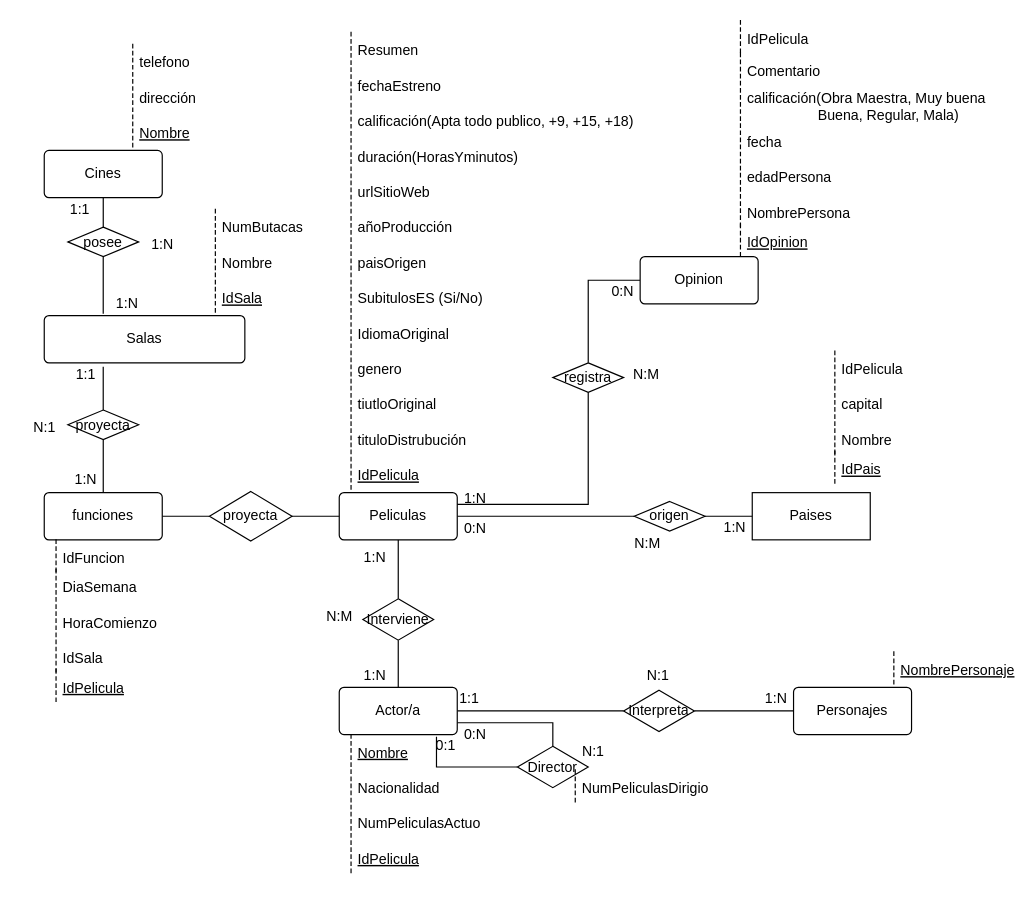
Earlier version of the draw.io diagram Entidad Relacion 02.drawio (dam108/AccesoADatosEntidadRelacion). Source tidied: cells renumbered, new cells numbered last; positions are measured from the earlier drawing's top-left corner, leaving out a move shared by most shapes. Both pictures are drawn from the tidied source at 118%, with x=0, y=0 at pixel (20, 20).
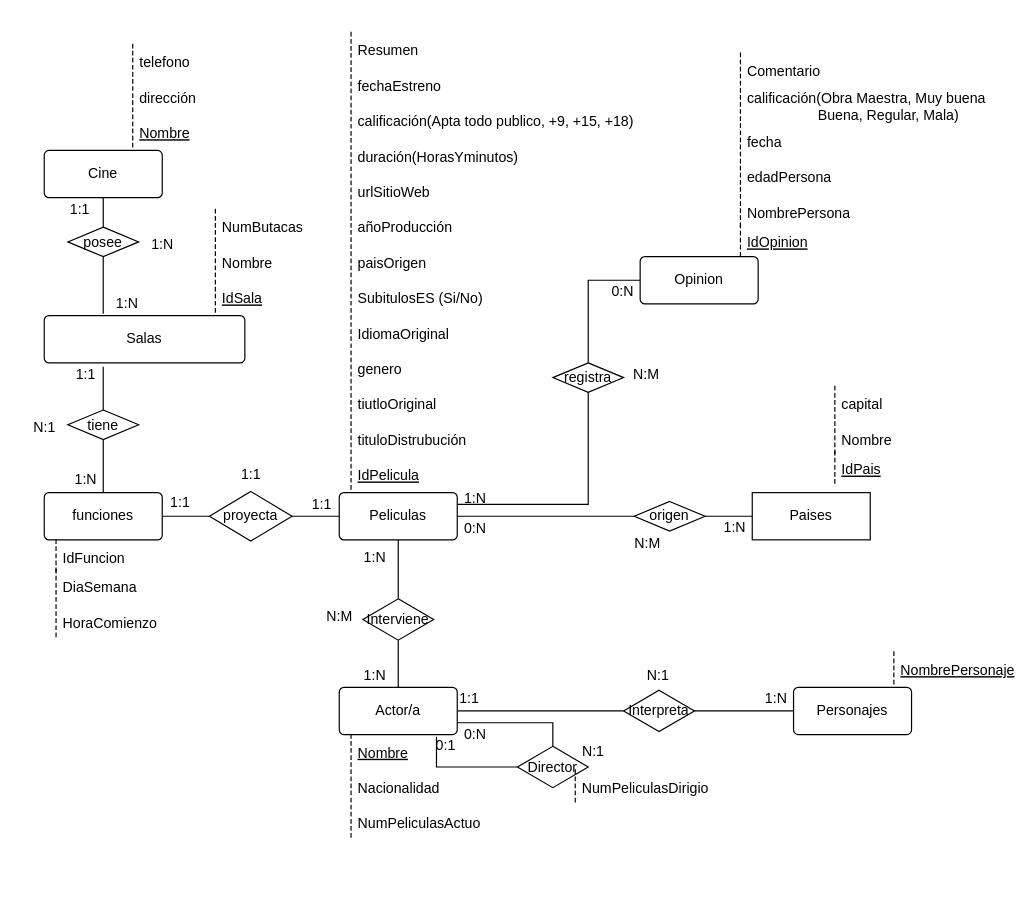
After the change.

Change to the diagram source:
```diff
@@
-    <mxCell id="34" value="IdPelicula" style="shape=partialRectangle;fillColor=none;align=left;verticalAlign=middle;strokeColor=none;spacingLeft=34;" parent="1" vertex="1">
-      <mxGeometry x="660" y="280" width="90" height="30" as="geometry" />
-    </mxCell>
-    <mxCell id="35" style="shape=partialRectangle;top=0;left=0;bottom=0;fillColor=none;stokeWidth=1;dashed=1;align=left;verticalAlign=middle;spacingLeft=4;spacingRight=4;overflow=hidden;" parent="34" vertex="1">
-      <mxGeometry width="30" height="30" as="geometry" />
-    </mxCell>
@@
-    <mxCell id="75" value="Cines" style="rounded=1;arcSize=10;whiteSpace=wrap;html=1;align=center;" parent="1" vertex="1">
+    <mxCell id="75" value="Cine" style="rounded=1;arcSize=10;whiteSpace=wrap;html=1;align=center;" parent="1" vertex="1">
       <mxGeometry x="20" y="110" width="100" height="40" as="geometry" />
     </mxCell>
@@
-    <mxCell id="84" value="proyecta" style="shape=rhombus;perimeter=rhombusPerimeter;whiteSpace=wrap;html=1;align=center;" parent="1" vertex="1">
+    <mxCell id="84" value="tiene" style="shape=rhombus;perimeter=rhombusPerimeter;whiteSpace=wrap;html=1;align=center;" parent="1" vertex="1">
       <mxGeometry x="40" y="330" width="60" height="25" as="geometry" />
     </mxCell>
@@
-    <mxCell id="110" value="IdSala" style="shape=partialRectangle;fillColor=none;align=left;verticalAlign=middle;strokeColor=none;spacingLeft=34;" parent="1" vertex="1">
-      <mxGeometry y="525" width="90" height="30" as="geometry" />
-    </mxCell>
-    <mxCell id="111" style="shape=partialRectangle;top=0;left=0;bottom=0;fillColor=none;stokeWidth=1;dashed=1;align=left;verticalAlign=middle;spacingLeft=4;spacingRight=4;overflow=hidden;" parent="110" vertex="1">
-      <mxGeometry width="30" height="30" as="geometry" />
-    </mxCell>
-    <mxCell id="112" value="IdPelicula" style="shape=partialRectangle;fillColor=none;align=left;verticalAlign=middle;strokeColor=none;spacingLeft=34;fontStyle=4;" parent="1" vertex="1">
-      <mxGeometry y="550" width="90" height="30" as="geometry" />
-    </mxCell>
-    <mxCell id="113" style="shape=partialRectangle;top=0;left=0;bottom=0;fillColor=none;stokeWidth=1;dashed=1;align=left;verticalAlign=middle;spacingLeft=4;spacingRight=4;overflow=hidden;" parent="112" vertex="1">
-      <mxGeometry width="30" height="30" as="geometry" />
-    </mxCell>
@@
-    <mxCell id="130" value="IdPelicula" style="shape=partialRectangle;fillColor=none;align=left;verticalAlign=middle;strokeColor=none;spacingLeft=34;" parent="1" vertex="1">
-      <mxGeometry x="580" width="90" height="30" as="geometry" />
-    </mxCell>
-    <mxCell id="131" style="shape=partialRectangle;top=0;left=0;bottom=0;fillColor=none;stokeWidth=1;dashed=1;align=left;verticalAlign=middle;spacingLeft=4;spacingRight=4;overflow=hidden;" parent="130" vertex="1">
-      <mxGeometry width="30" height="30" as="geometry" />
-    </mxCell>
-    <mxCell id="132" value="IdPelicula" style="shape=partialRectangle;fillColor=none;align=left;verticalAlign=middle;strokeColor=none;spacingLeft=34;fontStyle=4;" parent="1" vertex="1">
-      <mxGeometry x="250" y="695" width="90" height="30" as="geometry" />
-    </mxCell>
-    <mxCell id="133" style="shape=partialRectangle;top=0;left=0;bottom=0;fillColor=none;stokeWidth=1;dashed=1;align=left;verticalAlign=middle;spacingLeft=4;spacingRight=4;overflow=hidden;" parent="132" vertex="1">
-      <mxGeometry width="30" height="30" as="geometry" />
-    </mxCell>
@@
+    <mxCell id="137" value="1:1" style="text;html=1;align=center;verticalAlign=middle;" parent="1" vertex="1">
+      <mxGeometry x="240" y="400" width="30" height="20" as="geometry" />
+    </mxCell>
+    <mxCell id="138" value="1:1" style="text;html=1;align=center;verticalAlign=middle;" parent="1" vertex="1">
+      <mxGeometry x="120" y="399" width="30" height="20" as="geometry" />
+    </mxCell>
+    <mxCell id="139" value="1:1" style="text;html=1;align=center;verticalAlign=middle;" parent="1" vertex="1">
+      <mxGeometry x="180" y="375" width="30" height="20" as="geometry" />
+    </mxCell>
```
